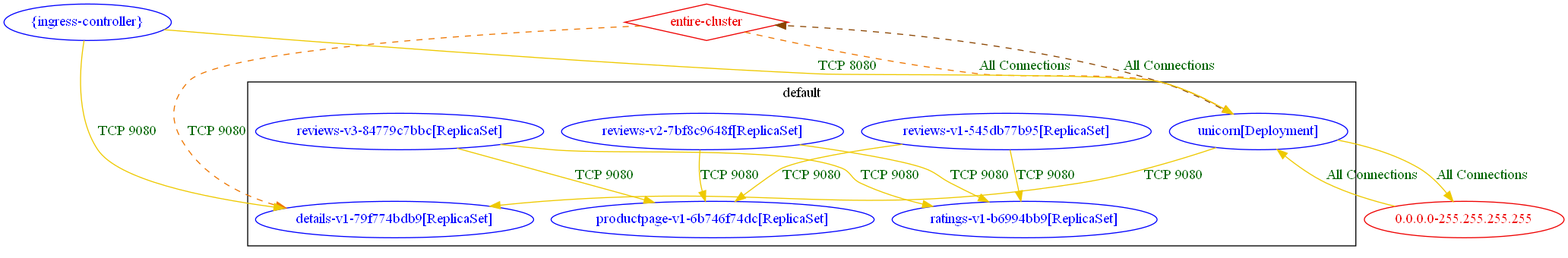
np-guard/netpol-analyzer keeps this Graphviz diagram as test_outputs/connlist/exposure_k8s_ingress_test_new_connlist_output.dot.png. Above is the earlier version. Its source is kept beside it as test_outputs/connlist/exposure_k8s_ingress_test_new_connlist_output.dot.
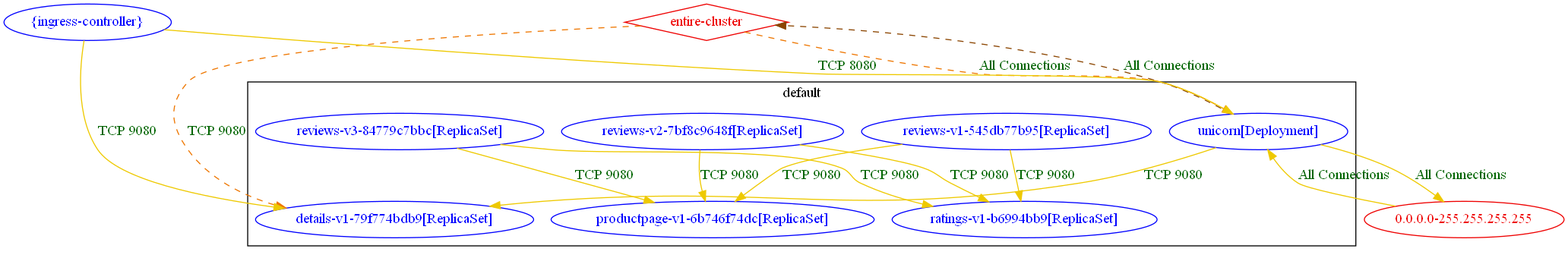
After the commit.

The edit, as a diff of the source:
```diff
@@ -14,18 +14,18 @@
 	"0.0.0.0-255.255.255.255" [label="0.0.0.0-255.255.255.255" color="red2" fontcolor="red2"]
 	"entire-cluster" [label="entire-cluster" color="red2" fontcolor="red2" shape=diamond]
 	"{ingress-controller}" [label="{ingress-controller}" color="blue" fontcolor="blue"]
-	"0.0.0.0-255.255.255.255" -> "default/unicorn[Deployment]" [label="All Connections" color="gold2" fontcolor="darkgreen"]
-	"default/reviews-v1-545db77b95[ReplicaSet]" -> "default/productpage-v1-6b746f74dc[ReplicaSet]" [label="TCP 9080" color="gold2" fontcolor="darkgreen"]
-	"default/reviews-v1-545db77b95[ReplicaSet]" -> "default/ratings-v1-b6994bb9[ReplicaSet]" [label="TCP 9080" color="gold2" fontcolor="darkgreen"]
-	"default/reviews-v2-7bf8c9648f[ReplicaSet]" -> "default/productpage-v1-6b746f74dc[ReplicaSet]" [label="TCP 9080" color="gold2" fontcolor="darkgreen"]
-	"default/reviews-v2-7bf8c9648f[ReplicaSet]" -> "default/ratings-v1-b6994bb9[ReplicaSet]" [label="TCP 9080" color="gold2" fontcolor="darkgreen"]
-	"default/reviews-v3-84779c7bbc[ReplicaSet]" -> "default/productpage-v1-6b746f74dc[ReplicaSet]" [label="TCP 9080" color="gold2" fontcolor="darkgreen"]
-	"default/reviews-v3-84779c7bbc[ReplicaSet]" -> "default/ratings-v1-b6994bb9[ReplicaSet]" [label="TCP 9080" color="gold2" fontcolor="darkgreen"]
-	"default/unicorn[Deployment]" -> "0.0.0.0-255.255.255.255" [label="All Connections" color="gold2" fontcolor="darkgreen"]
-	"default/unicorn[Deployment]" -> "default/details-v1-79f774bdb9[ReplicaSet]" [label="TCP 9080" color="gold2" fontcolor="darkgreen"]
+	"0.0.0.0-255.255.255.255" -> "default/unicorn[Deployment]" [label="All Connections" color="gold2" fontcolor="darkgreen" weight=0.5]
+	"default/reviews-v1-545db77b95[ReplicaSet]" -> "default/productpage-v1-6b746f74dc[ReplicaSet]" [label="TCP 9080" color="gold2" fontcolor="darkgreen" weight=1]
+	"default/reviews-v1-545db77b95[ReplicaSet]" -> "default/ratings-v1-b6994bb9[ReplicaSet]" [label="TCP 9080" color="gold2" fontcolor="darkgreen" weight=1]
+	"default/reviews-v2-7bf8c9648f[ReplicaSet]" -> "default/productpage-v1-6b746f74dc[ReplicaSet]" [label="TCP 9080" color="gold2" fontcolor="darkgreen" weight=1]
+	"default/reviews-v2-7bf8c9648f[ReplicaSet]" -> "default/ratings-v1-b6994bb9[ReplicaSet]" [label="TCP 9080" color="gold2" fontcolor="darkgreen" weight=1]
+	"default/reviews-v3-84779c7bbc[ReplicaSet]" -> "default/productpage-v1-6b746f74dc[ReplicaSet]" [label="TCP 9080" color="gold2" fontcolor="darkgreen" weight=1]
+	"default/reviews-v3-84779c7bbc[ReplicaSet]" -> "default/ratings-v1-b6994bb9[ReplicaSet]" [label="TCP 9080" color="gold2" fontcolor="darkgreen" weight=1]
+	"default/unicorn[Deployment]" -> "0.0.0.0-255.255.255.255" [label="All Connections" color="gold2" fontcolor="darkgreen" weight=1]
+	"default/unicorn[Deployment]" -> "default/details-v1-79f774bdb9[ReplicaSet]" [label="TCP 9080" color="gold2" fontcolor="darkgreen" weight=1]
 	"default/unicorn[Deployment]" -> "entire-cluster" [label="All Connections" color="darkorange4" fontcolor="darkgreen" weight=0.5 style=dashed]
 	"entire-cluster" -> "default/details-v1-79f774bdb9[ReplicaSet]" [label="TCP 9080" color="darkorange2" fontcolor="darkgreen" weight=1 style=dashed]
 	"entire-cluster" -> "default/unicorn[Deployment]" [label="All Connections" color="darkorange2" fontcolor="darkgreen" weight=1 style=dashed]
-	"{ingress-controller}" -> "default/details-v1-79f774bdb9[ReplicaSet]" [label="TCP 9080" color="gold2" fontcolor="darkgreen"]
-	"{ingress-controller}" -> "default/unicorn[Deployment]" [label="TCP 8080" color="gold2" fontcolor="darkgreen"]
+	"{ingress-controller}" -> "default/details-v1-79f774bdb9[ReplicaSet]" [label="TCP 9080" color="gold2" fontcolor="darkgreen" weight=1]
+	"{ingress-controller}" -> "default/unicorn[Deployment]" [label="TCP 8080" color="gold2" fontcolor="darkgreen" weight=1]
 }
```
